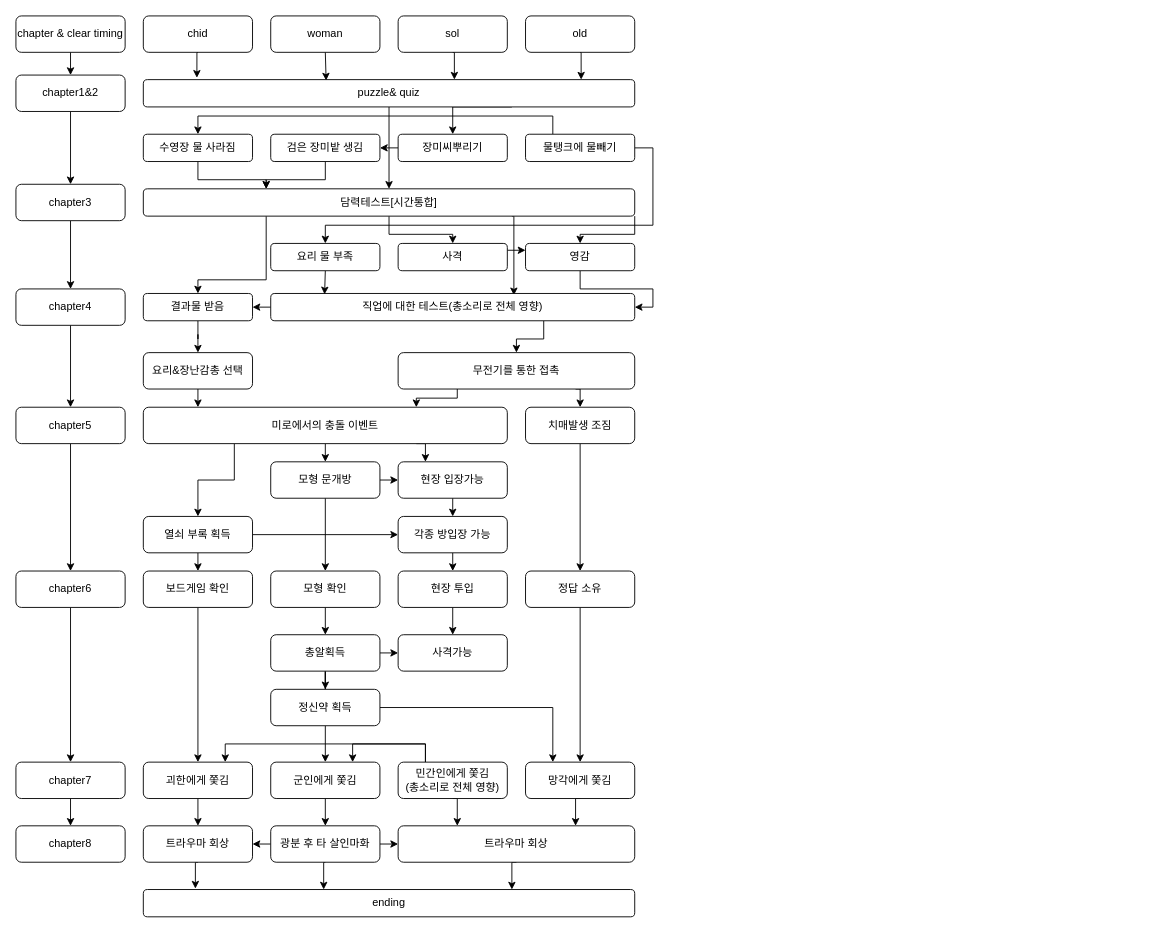
KimSeal/gamemaker keeps this draw.io diagram as storylinedetail.drawio. Above is the earlier version. Source tidied: cells renumbered, new cells numbered last; positions are measured from the earlier drawing's top-left corner, leaving out a move shared by most shapes. Both pictures are drawn from the tidied source at 91%, with x=0, y=0 at pixel (15, 15).
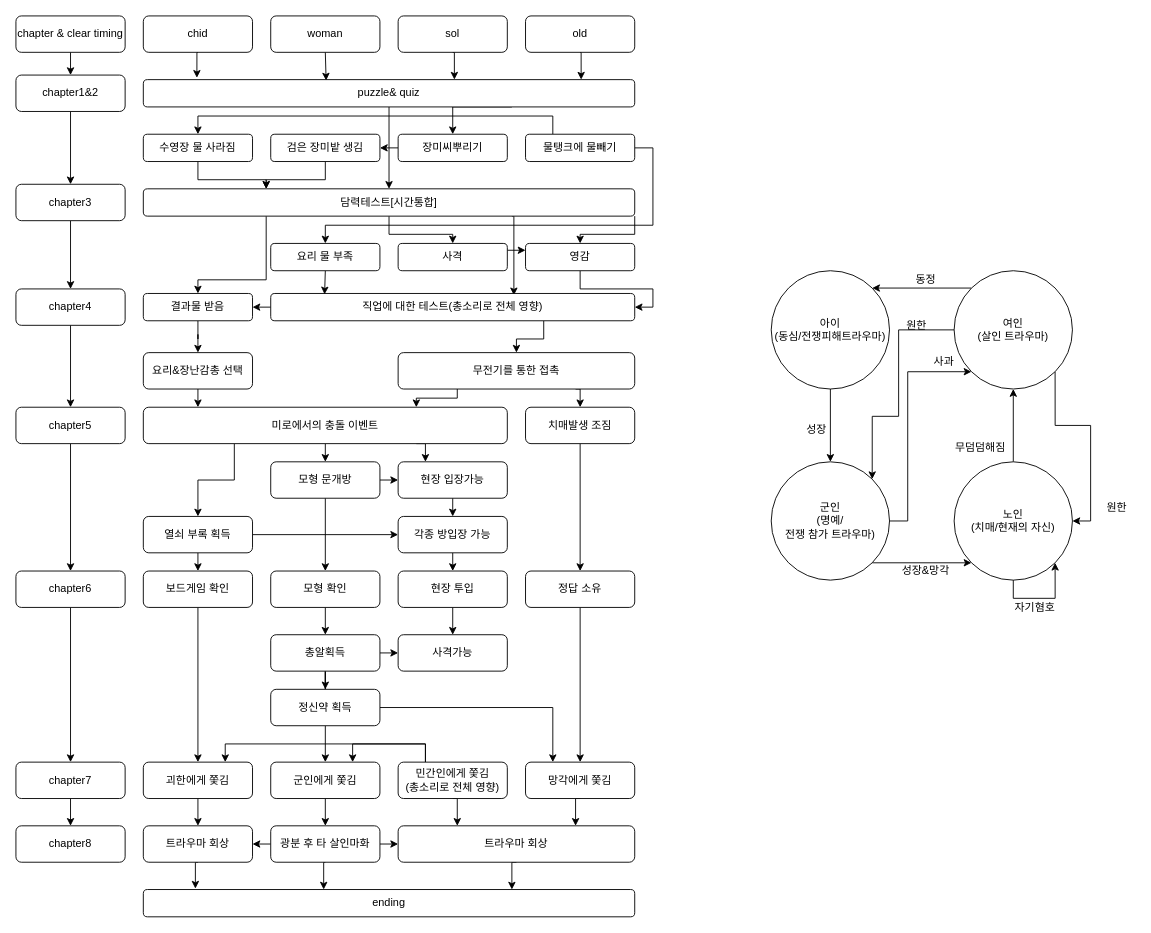
After the change.

The edit, as a diff of the source:
```diff
@@
+    <mxCell id="109" style="edgeStyle=orthogonalEdgeStyle;rounded=0;jettySize=auto;html=1;exitX=0.5;exitY=1;exitDx=0;exitDy=0;entryX=0.5;entryY=0;entryDx=0;entryDy=0;" parent="1" edge="1" source="110" target="117">
+      <mxGeometry relative="1" as="geometry" />
+    </mxCell>
+    <mxCell id="110" value="아이&lt;br&gt;(동심/전쟁피해트라우마)" style="ellipse;whiteSpace=wrap;html=1;" parent="1" vertex="1">
+      <mxGeometry x="830" y="280" width="130" height="130" as="geometry" />
+    </mxCell>
+    <mxCell id="111" style="edgeStyle=orthogonalEdgeStyle;rounded=0;jettySize=auto;html=1;exitX=0;exitY=0.5;exitDx=0;exitDy=0;entryX=1;entryY=0;entryDx=0;entryDy=0;" parent="1" edge="1" source="114" target="117">
+      <mxGeometry relative="1" as="geometry">
+        <Array as="points">
+          <mxPoint x="970" y="345" />
+          <mxPoint x="970" y="440" />
+          <mxPoint x="941" y="440" />
+        </Array>
+      </mxGeometry>
+    </mxCell>
+    <mxCell id="112" style="edgeStyle=orthogonalEdgeStyle;rounded=0;jettySize=auto;html=1;exitX=1;exitY=1;exitDx=0;exitDy=0;entryX=1;entryY=0.5;entryDx=0;entryDy=0;" parent="1" edge="1" source="114" target="119">
+      <mxGeometry relative="1" as="geometry" />
+    </mxCell>
+    <mxCell id="113" style="edgeStyle=orthogonalEdgeStyle;rounded=0;jettySize=auto;html=1;exitX=0;exitY=0;exitDx=0;exitDy=0;entryX=1;entryY=0;entryDx=0;entryDy=0;" parent="1" edge="1" source="114" target="110">
+      <mxGeometry relative="1" as="geometry" />
+    </mxCell>
+    <mxCell id="114" value="여인&lt;br&gt;(살인 트라우마)" style="ellipse;whiteSpace=wrap;html=1;" parent="1" vertex="1">
+      <mxGeometry x="1031" y="280" width="130" height="130" as="geometry" />
+    </mxCell>
+    <mxCell id="115" style="edgeStyle=orthogonalEdgeStyle;rounded=0;jettySize=auto;html=1;exitX=1;exitY=0.5;exitDx=0;exitDy=0;entryX=0;entryY=1;entryDx=0;entryDy=0;" parent="1" edge="1" source="117" target="114">
+      <mxGeometry relative="1" as="geometry">
+        <Array as="points">
+          <mxPoint x="980" y="555" />
+          <mxPoint x="980" y="391" />
+        </Array>
+      </mxGeometry>
+    </mxCell>
+    <mxCell id="116" style="edgeStyle=orthogonalEdgeStyle;rounded=0;jettySize=auto;html=1;exitX=1;exitY=1;exitDx=0;exitDy=0;entryX=0;entryY=1;entryDx=0;entryDy=0;" parent="1" edge="1" source="117" target="119">
+      <mxGeometry relative="1" as="geometry" />
+    </mxCell>
+    <mxCell id="117" value="군인&lt;br&gt;(명예/&lt;br&gt;전쟁 참가 트라우마)" style="ellipse;whiteSpace=wrap;html=1;" parent="1" vertex="1">
+      <mxGeometry x="830" y="490" width="130" height="130" as="geometry" />
+    </mxCell>
+    <mxCell id="118" style="edgeStyle=orthogonalEdgeStyle;rounded=0;jettySize=auto;html=1;exitX=0.5;exitY=0;exitDx=0;exitDy=0;entryX=0.5;entryY=1;entryDx=0;entryDy=0;" parent="1" edge="1" source="119" target="114">
+      <mxGeometry relative="1" as="geometry" />
+    </mxCell>
+    <mxCell id="119" value="노인&lt;br&gt;(치매/현재의 자신)" style="ellipse;whiteSpace=wrap;html=1;" parent="1" vertex="1">
+      <mxGeometry x="1031" y="490" width="130" height="130" as="geometry" />
+    </mxCell>
+    <mxCell id="120" value="원한" style="text;html=1;strokeColor=none;fillColor=none;align=center;verticalAlign=middle;whiteSpace=wrap;rounded=0;" parent="1" vertex="1">
+      <mxGeometry x="960" y="330" width="60" height="20" as="geometry" />
+    </mxCell>
+    <mxCell id="121" value="무덤덤해짐" style="text;html=1;strokeColor=none;fillColor=none;align=center;verticalAlign=middle;whiteSpace=wrap;rounded=0;" parent="1" vertex="1">
+      <mxGeometry x="990" y="465" width="140" height="20" as="geometry" />
+    </mxCell>
+    <mxCell id="122" value="원한" style="text;html=1;strokeColor=none;fillColor=none;align=center;verticalAlign=middle;whiteSpace=wrap;rounded=0;" parent="1" vertex="1">
+      <mxGeometry x="1190" y="530" width="40" height="20" as="geometry" />
+    </mxCell>
+    <mxCell id="123" value="사과" style="text;html=1;strokeColor=none;fillColor=none;align=center;verticalAlign=middle;whiteSpace=wrap;rounded=0;" parent="1" vertex="1">
+      <mxGeometry x="1000" y="370" width="40" height="20" as="geometry" />
+    </mxCell>
+    <mxCell id="124" value="성장" style="text;html=1;strokeColor=none;fillColor=none;align=center;verticalAlign=middle;whiteSpace=wrap;rounded=0;" parent="1" vertex="1">
+      <mxGeometry x="860" y="445" width="40" height="20" as="geometry" />
+    </mxCell>
+    <mxCell id="125" value="성장&amp;amp;망각" style="text;html=1;strokeColor=none;fillColor=none;align=center;verticalAlign=middle;whiteSpace=wrap;rounded=0;" parent="1" vertex="1">
+      <mxGeometry x="970" y="600" width="60" height="20" as="geometry" />
+    </mxCell>
+    <mxCell id="126" value="동정" style="text;html=1;strokeColor=none;fillColor=none;align=center;verticalAlign=middle;whiteSpace=wrap;rounded=0;" parent="1" vertex="1">
+      <mxGeometry x="980" y="280" width="40" height="20" as="geometry" />
+    </mxCell>
+    <mxCell id="127" style="edgeStyle=orthogonalEdgeStyle;rounded=0;orthogonalLoop=1;jettySize=auto;html=1;exitX=0.5;exitY=1;exitDx=0;exitDy=0;entryX=1;entryY=1;entryDx=0;entryDy=0;" parent="1" edge="1" source="119" target="119">
+      <mxGeometry relative="1" as="geometry" />
+    </mxCell>
+    <mxCell id="128" value="자기혐호" style="text;html=1;strokeColor=none;fillColor=none;align=center;verticalAlign=middle;whiteSpace=wrap;rounded=0;" parent="1" vertex="1">
+      <mxGeometry x="1090" y="640" width="60" height="20" as="geometry" />
+    </mxCell>
```
